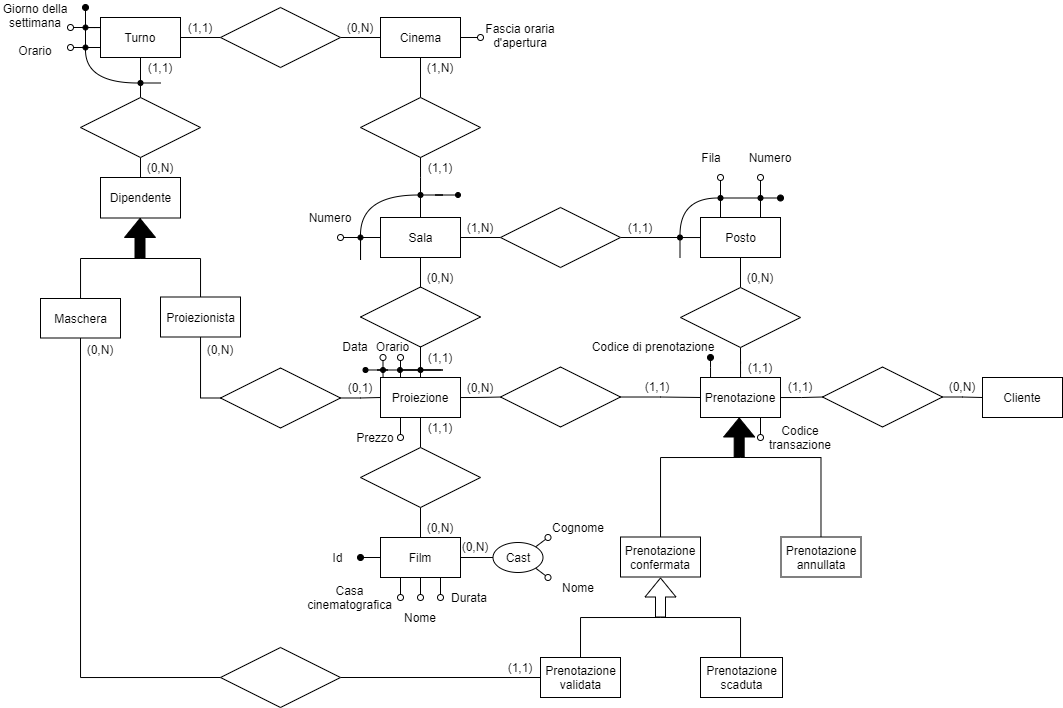
Above: docs/media/er_diagrams/er_6.png in buracchi/cinema-management-system (draw.io), before the change. Source tidied: cells renumbered, new cells last; positions are measured from the earlier drawing's top-left corner, leaving out a move shared by most shapes.
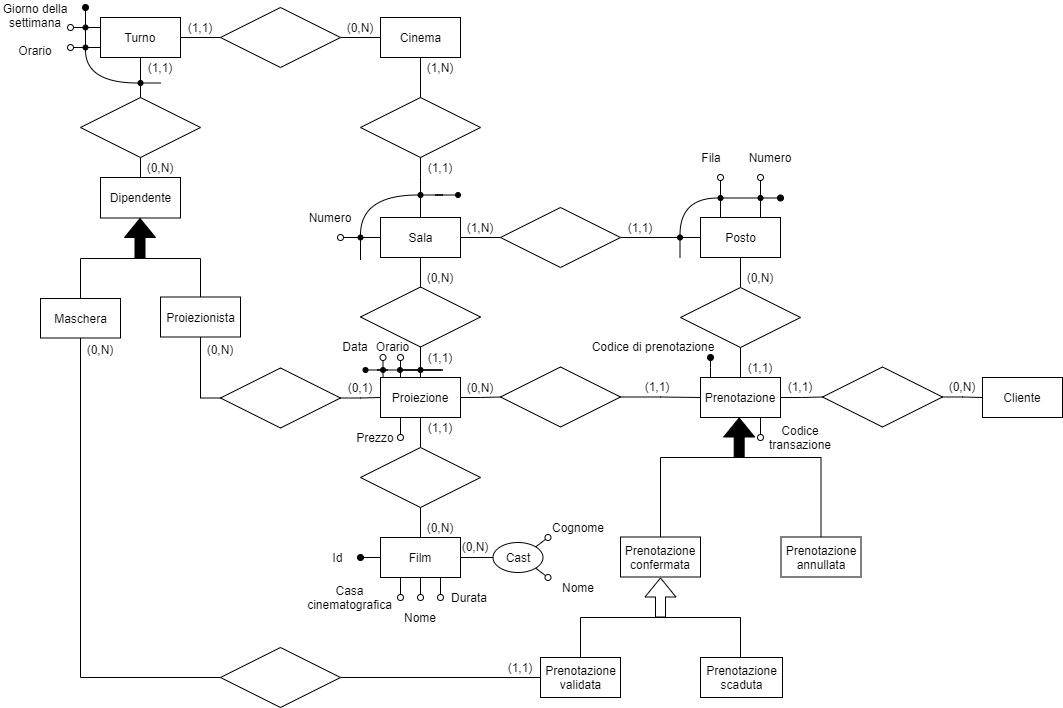
The same file after the commit.

Diff of the diagram source:
```diff
@@ -5,11 +5,6 @@
     <mxCell id="2" style="jettySize=auto;html=1;exitX=0.5;exitY=1;exitDx=0;exitDy=0;entryX=0.5;entryY=0;entryDx=0;entryDy=0;endArrow=none;endFill=0;sketch=0;edgeStyle=orthogonalEdgeStyle;" parent="1" edge="1" source="4" target="9">
       <mxGeometry relative="1" as="geometry" />
     </mxCell>
-    <mxCell id="3" style="edgeStyle=orthogonalEdgeStyle;jettySize=auto;html=1;endArrow=oval;endFill=0;sketch=0;rounded=0;exitX=1;exitY=0.5;exitDx=0;exitDy=0;" parent="1" edge="1" source="4">
-      <mxGeometry relative="1" as="geometry">
-        <mxPoint x="480" y="32" as="targetPoint" />
-      </mxGeometry>
-    </mxCell>
     <mxCell id="4" value="Cinema" style="html=1;sketch=0;" parent="1" vertex="1">
       <mxGeometry x="380" y="12" width="80" height="40" as="geometry" />
     </mxCell>
@@ -50,9 +45,6 @@
     <mxCell id="14" value="Posto" style="html=1;sketch=0;" parent="1" vertex="1">
       <mxGeometry x="700" y="212" width="80" height="40" as="geometry" />
     </mxCell>
-    <mxCell id="15" value="Fascia oraria d'apertura" style="text;html=1;strokeColor=none;fillColor=none;align=center;verticalAlign=middle;whiteSpace=wrap;sketch=0;" parent="1" vertex="1">
-      <mxGeometry x="480" y="19.5" width="80" height="20" as="geometry" />
-    </mxCell>
     <mxCell id="16" value="Numero" style="text;html=1;strokeColor=none;fillColor=none;align=center;verticalAlign=middle;whiteSpace=wrap;sketch=0;" parent="1" vertex="1">
       <mxGeometry x="310" y="202" width="40" height="20" as="geometry" />
     </mxCell>
```
